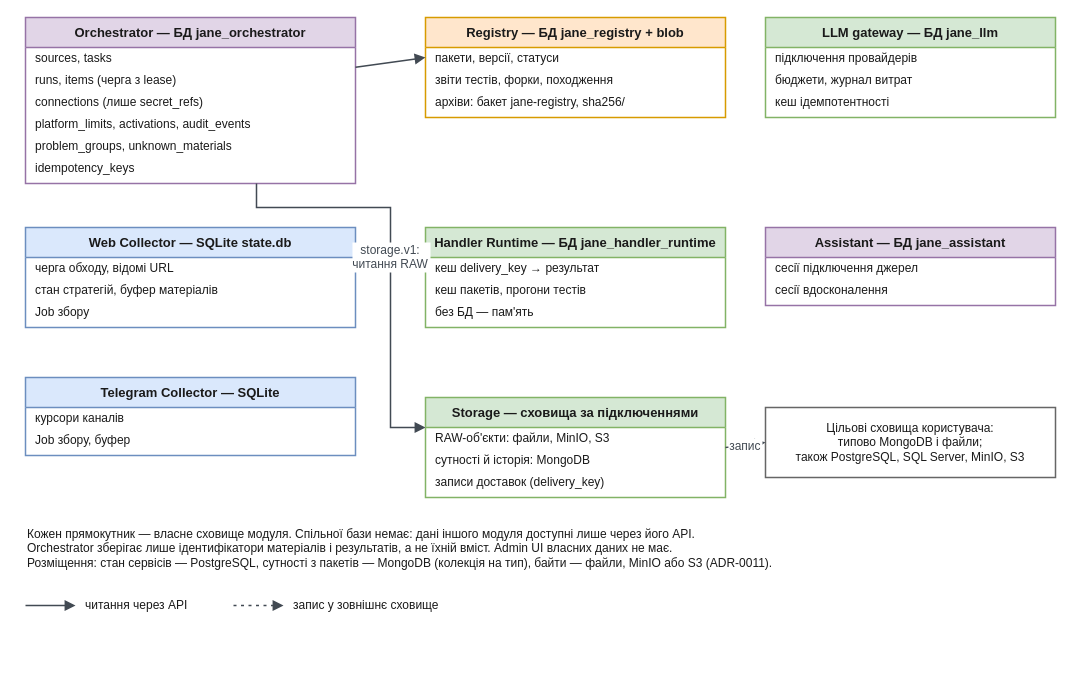
This is docs/diagrams/platform/data-ownership.drawio from sql-monk/Jane, a draw.io file, before an edit. Source tidied: cells renumbered, new cells numbered last; positions are measured from the earlier drawing's top-left corner, leaving out a move shared by most shapes. Both pictures are drawn from the tidied source at 100%, with x=0, y=0 at pixel (25, 17).
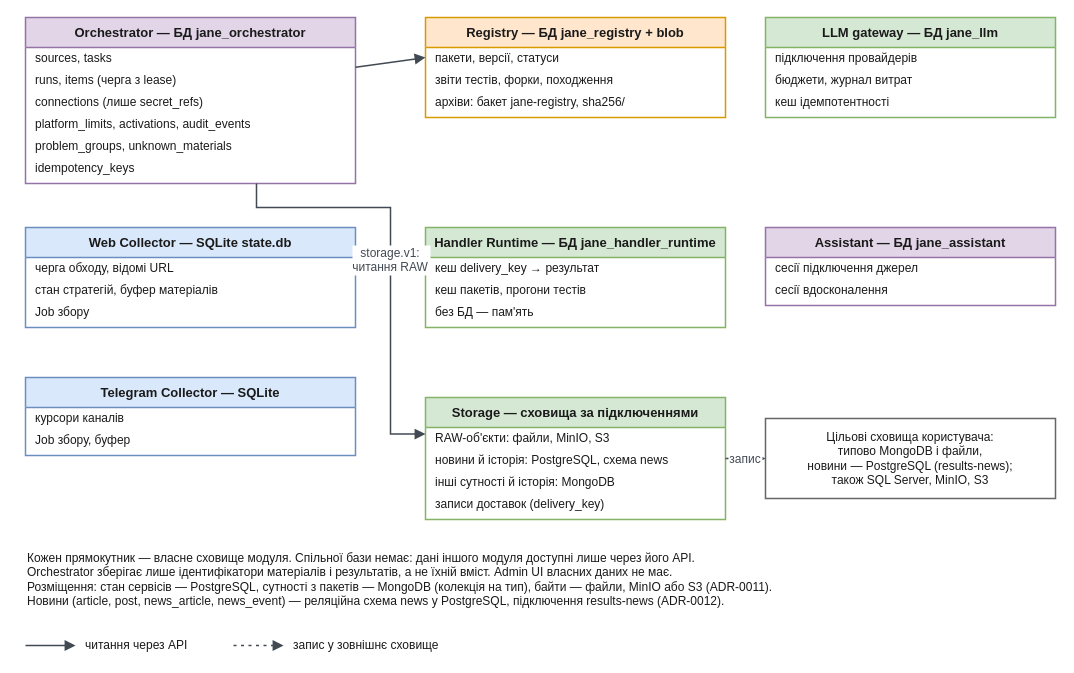
After the change.

Commit message (it also covers changes not shown here):
docs(diagrams): show news in the results-news PostgreSQL connection

Unchanged cells that the change refers to:
```xml
<mxCell id="2" value="Orchestrator — БД jane_orchestrator" style="swimlane;fontStyle=1;horizontal=1;startSize=30;whiteSpace=wrap;html=0;fontSize=13;fontFamily=Helvetica;fontColor=light-dark(#1A1A1A,#E6EDF3);fillColor=light-dark(#E1D5E7,#3A2D4D);swimlaneFillColor=none;strokeColor=light-dark(#9673A6,#B39DDB);strokeWidth=1.5;" parent="1" vertex="1">
  <mxGeometry width="330" height="166" as="geometry" />
</mxCell>
```

The edit, as a diff of the source:
```diff
@@
     <mxCell id="31" value="Storage — сховища за підключеннями" style="swimlane;fontStyle=1;horizontal=1;startSize=30;whiteSpace=wrap;html=0;fontSize=13;fontFamily=Helvetica;fontColor=light-dark(#1A1A1A,#E6EDF3);fillColor=light-dark(#D5E8D4,#1F3D29);swimlaneFillColor=none;strokeColor=light-dark(#82B366,#7DBE6A);strokeWidth=1.5;" parent="1" vertex="1">
-      <mxGeometry x="400" y="380" width="300" height="100" as="geometry" />
+      <mxGeometry x="400" y="380" width="300" height="122" as="geometry" />
     </mxCell>
@@
-    <mxCell id="33" value="сутності й історія: MongoDB" style="text;html=0;whiteSpace=wrap;align=left;verticalAlign=middle;spacingLeft=8;fontSize=12;fontFamily=Helvetica;fontColor=light-dark(#1A1A1A,#E6EDF3);strokeColor=none;fillColor=none;" parent="31" vertex="1">
+    <mxCell id="33" value="новини й історія: PostgreSQL, схема news" style="text;html=0;whiteSpace=wrap;align=left;verticalAlign=middle;spacingLeft=8;fontSize=12;fontFamily=Helvetica;fontColor=light-dark(#1A1A1A,#E6EDF3);strokeColor=none;fillColor=none;" parent="31" vertex="1">
       <mxGeometry y="52" width="300" height="22" as="geometry" />
     </mxCell>
+    <mxCell id="44" value="інші сутності й історія: MongoDB" style="text;html=0;whiteSpace=wrap;align=left;verticalAlign=middle;spacingLeft=8;fontSize=12;fontFamily=Helvetica;fontColor=light-dark(#1A1A1A,#E6EDF3);strokeColor=none;fillColor=none;" parent="31" vertex="1">
+      <mxGeometry y="74" width="300" height="22" as="geometry" />
+    </mxCell>
     <mxCell id="34" value="записи доставок (delivery_key)" style="text;html=0;whiteSpace=wrap;align=left;verticalAlign=middle;spacingLeft=8;fontSize=12;fontFamily=Helvetica;fontColor=light-dark(#1A1A1A,#E6EDF3);strokeColor=none;fillColor=none;" parent="31" vertex="1">
-      <mxGeometry y="74" width="300" height="22" as="geometry" />
+      <mxGeometry y="96" width="300" height="22" as="geometry" />
     </mxCell>
-    <mxCell id="35" value="Цільові сховища користувача:&#10;типово MongoDB і файли;&#10;також PostgreSQL, SQL Server, MinIO, S3" style="rounded=0;whiteSpace=wrap;html=0;fontSize=12;fontFamily=Helvetica;fontColor=light-dark(#1A1A1A,#E6EDF3);fillColor=light-dark(#FFFFFF,#161B22);strokeColor=light-dark(#666666,#8B949E);strokeWidth=1.5;" parent="1" vertex="1">
-      <mxGeometry x="740" y="390" width="290" height="70" as="geometry" />
+    <mxCell id="35" value="Цільові сховища користувача:&#10;типово MongoDB і файли,&#10;новини — PostgreSQL (results-news);&#10;також SQL Server, MinIO, S3" style="rounded=0;whiteSpace=wrap;html=0;fontSize=12;fontFamily=Helvetica;fontColor=light-dark(#1A1A1A,#E6EDF3);fillColor=light-dark(#FFFFFF,#161B22);strokeColor=light-dark(#666666,#8B949E);strokeWidth=1.5;" parent="1" vertex="1">
+      <mxGeometry x="740" y="401" width="290" height="80" as="geometry" />
     </mxCell>
     <mxCell id="36" value="storage.v1:&#10;читання RAW" style="edgeStyle=none;rounded=0;html=0;endArrow=block;endFill=1;endSize=7;strokeWidth=1.5;strokeColor=light-dark(#424A53,#C9D1D9);fontColor=light-dark(#424A53,#C9D1D9);fontSize=12;fontFamily=Helvetica;labelBackgroundColor=light-dark(#FFFFFF,#0D1117);exitX=0.7;exitY=1;exitDx=0;exitDy=0;entryX=0;entryY=0.3;entryDx=0;entryDy=0;" parent="1" edge="1" source="2" target="31">
       <mxGeometry relative="1" as="geometry">
         <Array as="points">
           <mxPoint x="231" y="190" />
           <mxPoint x="365" y="190" />
-          <mxPoint x="365" y="410" />
+          <mxPoint x="365" y="416.6" />
         </Array>
       </mxGeometry>
     </mxCell>
@@
-    <mxCell id="39" value="Кожен прямокутник — власне сховище модуля. Спільної бази немає: дані іншого модуля доступні лише через його API.&#10;Orchestrator зберігає лише ідентифікатори матеріалів і результатів, а не їхній вміст. Admin UI власних даних не має.&#10;Розміщення: стан сервісів — PostgreSQL, сутності з пакетів — MongoDB (колекція на тип), байти — файли, MinIO або S3 (ADR-0011)." style="text;html=0;whiteSpace=wrap;align=left;verticalAlign=middle;fontSize=12;fontFamily=Helvetica;fontColor=light-dark(#1A1A1A,#E6EDF3);" parent="1" vertex="1">
-      <mxGeometry y="500" width="1030" height="62" as="geometry" />
+    <mxCell id="39" value="Кожен прямокутник — власне сховище модуля. Спільної бази немає: дані іншого модуля доступні лише через його API.&#10;Orchestrator зберігає лише ідентифікатори матеріалів і результатів, а не їхній вміст. Admin UI власних даних не має.&#10;Розміщення: стан сервісів — PostgreSQL, сутності з пакетів — MongoDB (колекція на тип), байти — файли, MinIO або S3 (ADR-0011).&#10;Новини (article, post, news_article, news_event) — реляційна схема news у PostgreSQL, підключення results-news (ADR-0012)." style="text;html=0;whiteSpace=wrap;align=left;verticalAlign=middle;fontSize=12;fontFamily=Helvetica;fontColor=light-dark(#1A1A1A,#E6EDF3);" parent="1" vertex="1">
+      <mxGeometry y="522" width="1030" height="80" as="geometry" />
     </mxCell>
     <mxCell id="40" style="edgeStyle=none;rounded=0;html=0;endArrow=block;endFill=1;endSize=7;strokeWidth=1.5;strokeColor=light-dark(#424A53,#C9D1D9);" parent="1" edge="1">
       <mxGeometry relative="1" as="geometry">
-        <mxPoint y="588" as="sourcePoint" />
-        <mxPoint x="50" y="588" as="targetPoint" />
+        <mxPoint y="628" as="sourcePoint" />
+        <mxPoint x="50" y="628" as="targetPoint" />
       </mxGeometry>
     </mxCell>
     <mxCell id="41" value="читання через API" style="text;html=0;whiteSpace=wrap;align=left;verticalAlign=middle;fontSize=12;fontFamily=Helvetica;fontColor=light-dark(#1A1A1A,#E6EDF3);" parent="1" vertex="1">
-      <mxGeometry x="58" y="578" width="130" height="20" as="geometry" />
+      <mxGeometry x="58" y="618" width="130" height="20" as="geometry" />
     </mxCell>
     <mxCell id="42" style="edgeStyle=none;rounded=0;html=0;endArrow=block;endFill=1;endSize=7;dashed=1;dashPattern=2 3;strokeWidth=1.5;strokeColor=light-dark(#424A53,#C9D1D9);" parent="1" edge="1">
       <mxGeometry relative="1" as="geometry">
-        <mxPoint x="208" y="588" as="sourcePoint" />
-        <mxPoint x="258" y="588" as="targetPoint" />
+        <mxPoint x="208" y="628" as="sourcePoint" />
+        <mxPoint x="258" y="628" as="targetPoint" />
       </mxGeometry>
     </mxCell>
     <mxCell id="43" value="запис у зовнішнє сховище" style="text;html=0;whiteSpace=wrap;align=left;verticalAlign=middle;fontSize=12;fontFamily=Helvetica;fontColor=light-dark(#1A1A1A,#E6EDF3);" parent="1" vertex="1">
-      <mxGeometry x="266" y="578" width="180" height="20" as="geometry" />
+      <mxGeometry x="266" y="618" width="180" height="20" as="geometry" />
     </mxCell>
```
